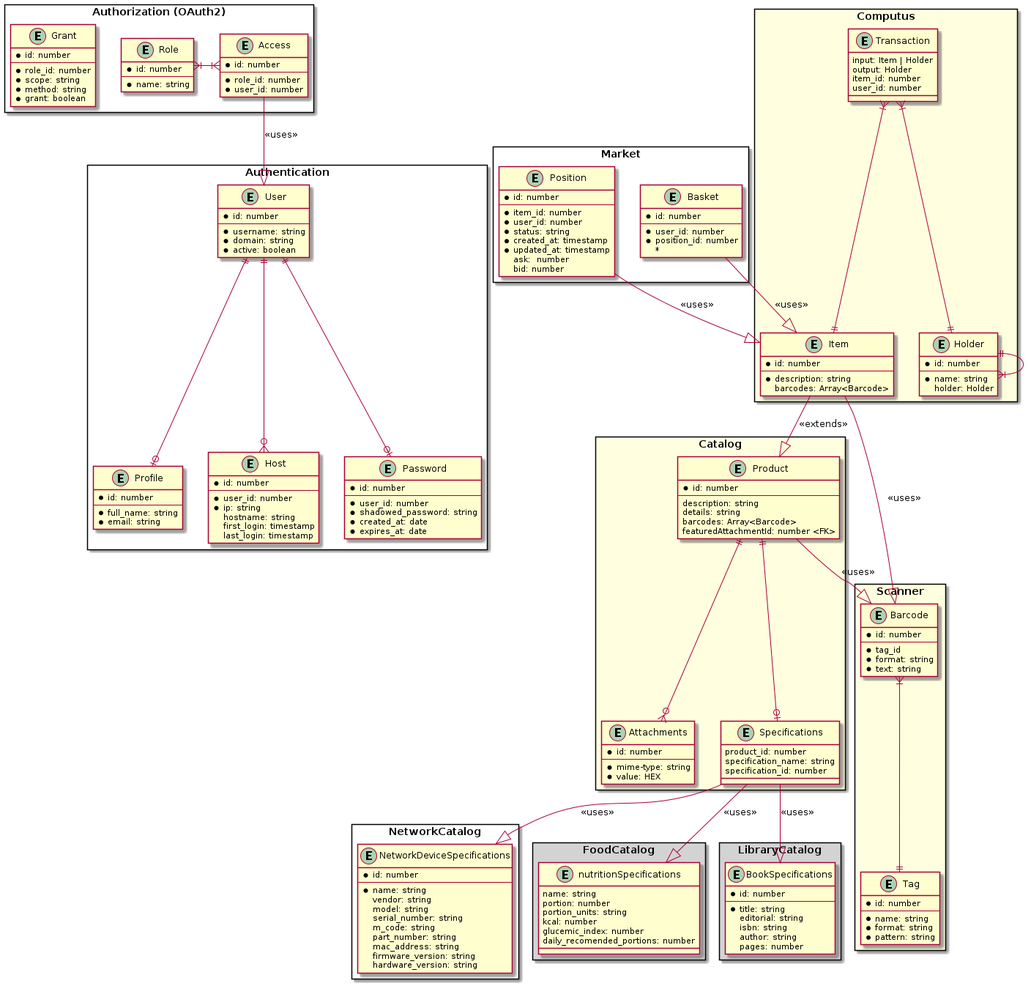
Above: dev/entities.png in emirhg/inventarium (PlantUML), before the change.
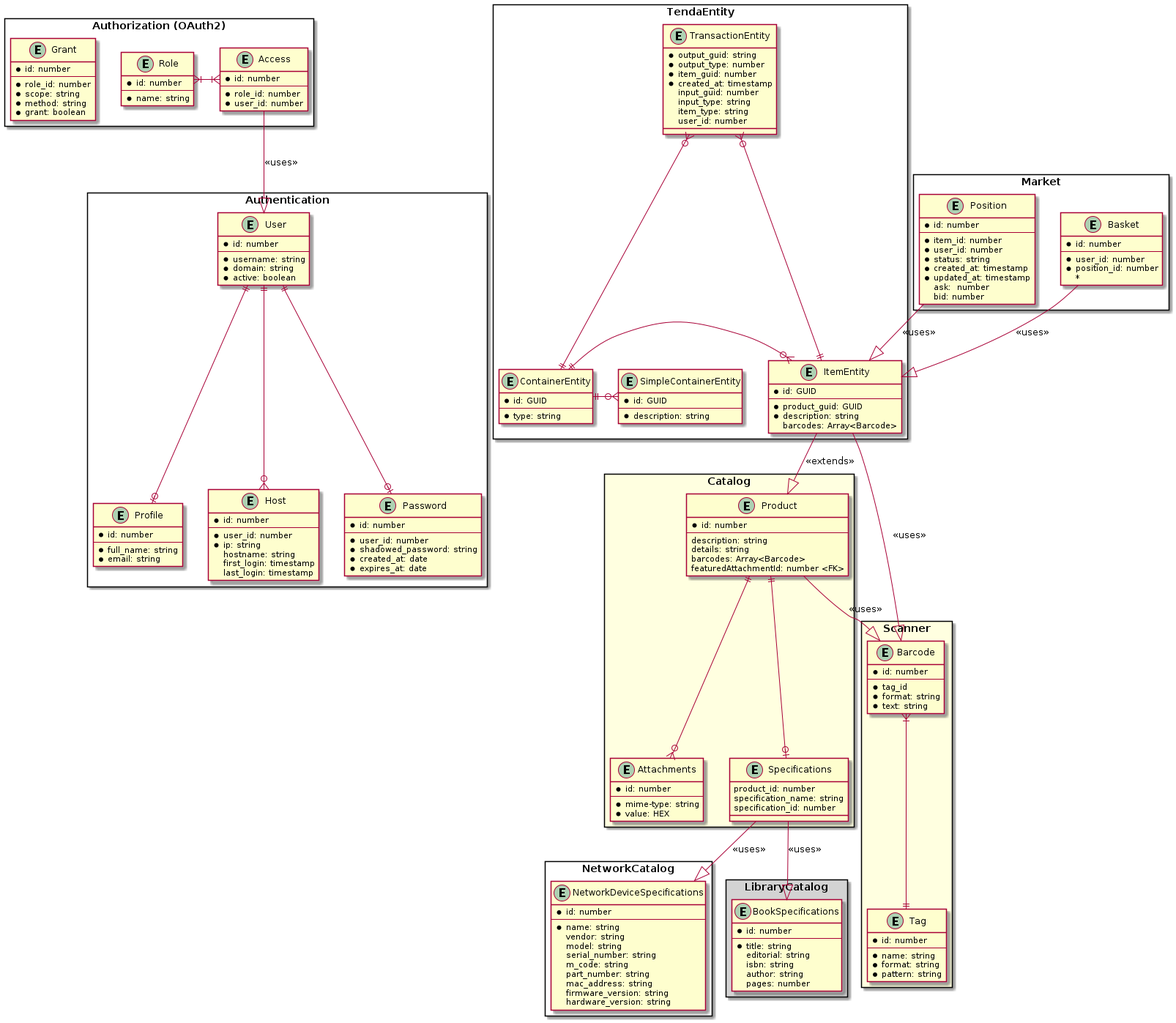
After the commit.

Diff of the diagram source:
```diff
@@ -1,219 +1,18 @@
 @startuml
-  rectangle Authentication{
-
-    entity "Profile" as profile {
-      * id: number
-      --
-      * full_name: string
-      * email: string
-    }
-
-    entity "Host" as host {
-      * id: number
-      --
-      * user_id: number
-      * ip: string
-      hostname: string
-      first_login: timestamp
-      last_login: timestamp
-    }
-
-    entity "User" as user {
-      * id: number
-      --
-      * username: string
-      * domain: string
-      * active: boolean
-    }
-
-    entity "Password" as password {
-      * id: number
-      --
-      * user_id: number
-      * shadowed_password: string
-      * created_at: date
-      * expires_at: date
-    }
-
-    user ||--o| profile
-    user ||--o{ host
-    user ||--o| password
-  }
-
-  rectangle "Authorization (OAuth2)" {
-    entity "Role" as role {
-      * id: number
-      --
-      * name: string
-    }
-
-    entity "Grant" as grant {
-      * id: number
-      --
-      * role_id: number
-      * scope: string
-      * method: string
-      * grant: boolean
-    }
-
-    entity "Access" as access {
-      * id: number
-      --
-      * role_id: number
-      * user_id: number
-    }
-
-    role }|-|{ access
-  }
+  !include packages/entities/authentication.puml
+  !include packages/entities/authorization.puml
+  !include packages/entities/market.puml
+  !include packages/entities/catalog.puml
+  !include packages/entities/network-catalog.puml
+  !include packages/entities/library-catalog.puml
+  !include packages/entities/tenda.puml
+  !include packages/entities/scanner.puml
 
   access --|> user : <<uses>>
-
-  rectangle Market{
-    entity "Position" as position{
-      * id: number
-      --
-      * item_id: number
-      * user_id: number
-      * status: string
-      * created_at: timestamp
-      * updated_at: timestamp
-      ask:  number
-      bid: number
-    }
-
-    entity "Basket" as basket {
-      * id: number
-      --
-      * user_id: number
-      * position_id: number
-      *
-    }
-  }
-
-  rectangle Catalog #lightyellow {
-    entity "Attachments" as attachments {
-      * id: number
-      --
-      * mime-type: string
-      * value: HEX
-    }
-
-    entity "Product" as product {
-      * id: number
-      --
-      description: string
-      details: string
-      barcodes: Array<Barcode>
-      featuredAttachmentId: number <FK>
-    }
-
-    entity "Specifications" as specifications {
-      product_id: number
-      specification_name: string
-      specification_id: number
-    }
-
-    product ||--o| specifications
-    product ||--o{ attachments
-  }
-
-  rectangle NetworkCatalog {
-    entity "NetworkDeviceSpecifications" as networkDeviceSpecifications {
-      * id: number
-      --
-      * name: string
-      vendor: string
-      model: string
-      serial_number: string
-      m_code: string
-      part_number: string
-      mac_address: string
-      firmware_version: string
-      hardware_version: string
-    }
-    specifications --|> networkDeviceSpecifications : <<uses>>
-  }
-
-  rectangle "FoodCatalog" #lightgrey {
-    entity "nutritionSpecifications" as nutritionSpecifications{
-      name: string
-      portion: number
-      portion_units: string
-      kcal: number
-      glucemic_index: number
-      daily_recomended_portions: number
-    }
-    specifications --|> nutritionSpecifications : <<uses>>
-  }
-
-  rectangle LibraryCatalog #lightgrey {
-    entity "BookSpecifications" as bookSpecifications {
-      * id: number
-      --
-      * title: string
-      editorial: string
-      isbn: string
-      author: string
-      pages: number
-    }
-    specifications --|> bookSpecifications : <<uses>>
-  }
-
-  rectangle Computus #lightyellow{
-    entity "Transaction" as transaction {
-      input: Item | Holder
-      output: Holder
-      item_id: number
-      user_id: number
-    }
-
-    entity "Holder" as container {
-      * id: number
-      --
-      * name: string
-      holder: Holder
-    }
-
-    container ||--|{ container
-
-    entity "Item" as item {
-      * id: number
-      --
-      * description: string
-      barcodes: Array<Barcode>
-    }
-
-    transaction }|--|| container
-    transaction }|--|| item
-
-  }
-
-  rectangle Scanner #lightyellow {
-    entity "Tag" as tag {
-      * id: number
-      --
-      * name: string
-      * format: string
-      * pattern: string
-    }
-
-    entity "Barcode" as barcode {
-      * id: number
-      --
-      * tag_id
-      * format: string
-      * text: string
-    }
-
-    barcode }|--|| tag
-  }
-
-  item --|> product : <<extends>>
-
-  item --|> barcode : <<uses>>
+  itemEntity --|> product : <<extends>>
+  itemEntity --|> barcode : <<uses>>
   product --|> barcode : <<uses>>
-
-  basket --|> item : <<uses>>
-  position --|> item : <<uses>>
+  basket --|> itemEntity : <<uses>>
+  position --|> itemEntity : <<uses>>
 
 @enduml
```
